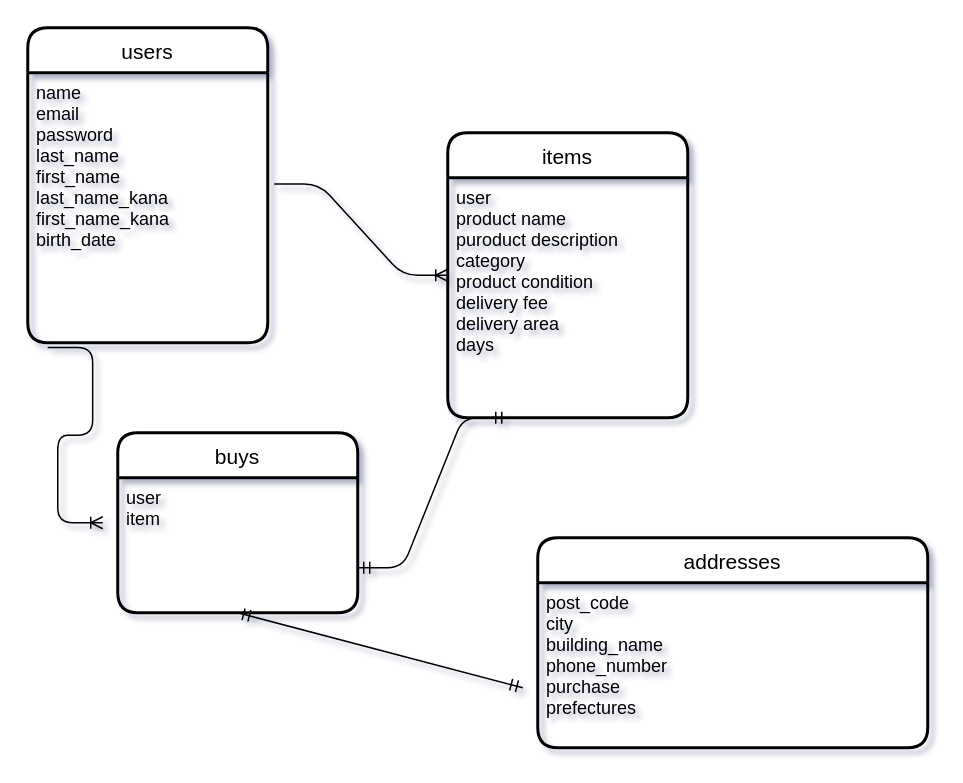
This is twst.dio from seika-tech/furima-28659, a draw.io file, before an edit. Source tidied: cells renumbered, new cells numbered last; positions are measured from the earlier drawing's top-left corner, leaving out a move shared by most shapes. Both pictures are drawn from the tidied source at 150%, with x=0, y=0 at pixel (27, 27).
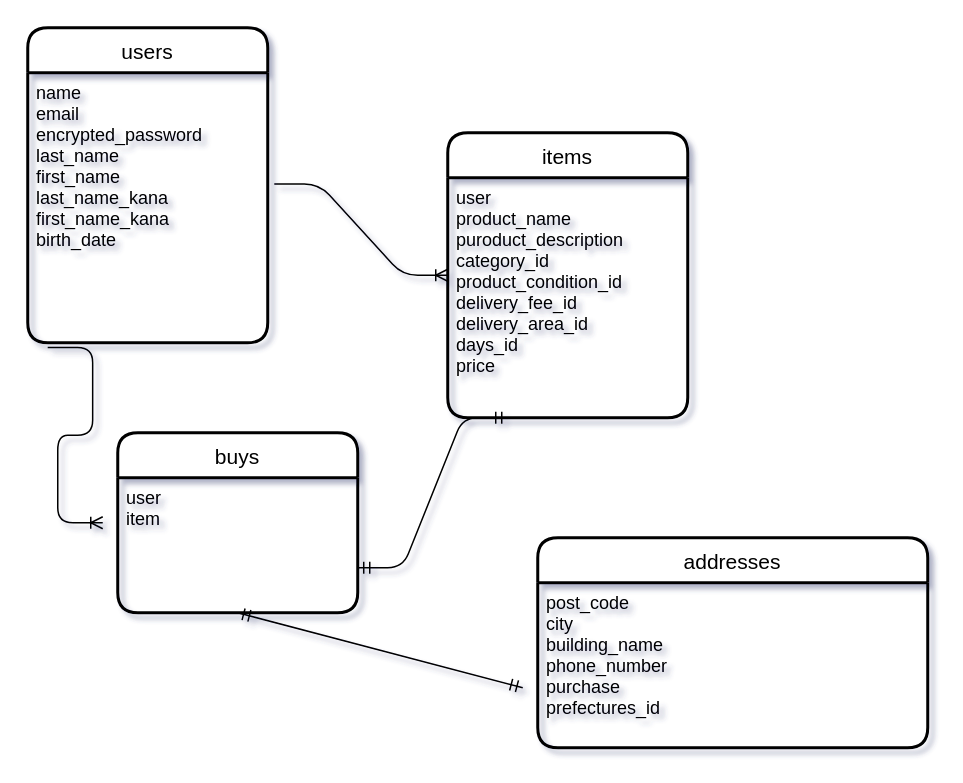
The same diagram, later.

Commit message (it also covers changes not shown here):
データベース修正３

What changed in the source:
```diff
@@
 <mxGraphModel shadow="1">
   <root>
     <mxCell id="0" />
     <mxCell id="1" parent="0" />
     <mxCell id="2" style="edgeStyle=none;shape=flexArrow;rounded=0;orthogonalLoop=1;jettySize=auto;html=1;endArrow=async;endFill=1;" parent="1" edge="1">
       <mxGeometry relative="1" as="geometry">
         <mxPoint x="140" y="200" as="sourcePoint" />
         <mxPoint x="140" y="200" as="targetPoint" />
       </mxGeometry>
     </mxCell>
     <mxCell id="3" value="&lt;br&gt;" style="text;html=1;align=center;verticalAlign=middle;" parent="1" vertex="1">
       <mxGeometry x="30" y="90" width="20" height="20" as="geometry" />
     </mxCell>
     <mxCell id="4" value="users" style="swimlane;horizontal=1;startSize=30;rounded=1;fontSize=14;fontStyle=0;strokeWidth=2;shadow=0;dashed=0;align=center;" parent="1" vertex="1">
       <mxGeometry width="160" height="210" as="geometry" />
     </mxCell>
-    <mxCell id="5" value="name&#10;email&#10;password&#10;last_name&#10;first_name&#10;last_name_kana&#10;first_name_kana&#10;birth_date&#10;" style="align=left;strokeColor=none;fillColor=none;spacingLeft=4;fontSize=12;verticalAlign=top;" parent="4" vertex="1">
+    <mxCell id="5" value="name&#10;email&#10;encrypted_password&#10;last_name&#10;first_name&#10;last_name_kana&#10;first_name_kana&#10;birth_date&#10;" style="align=left;strokeColor=none;fillColor=none;spacingLeft=4;fontSize=12;verticalAlign=top;" parent="4" vertex="1">
       <mxGeometry y="30" width="160" height="180" as="geometry" />
     </mxCell>
     <mxCell id="6" style="edgeStyle=entityRelationEdgeStyle;fontSize=12;html=1;endArrow=ERoneToMany;exitX=0.083;exitY=1.018;exitDx=0;exitDy=0;exitPerimeter=0;" parent="4" edge="1" source="5">
       <mxGeometry relative="1" as="geometry">
         <mxPoint x="50" y="330" as="targetPoint" />
       </mxGeometry>
     </mxCell>
     <mxCell id="7" value="items" style="swimlane;horizontal=1;startSize=30;rounded=1;fontSize=14;fontStyle=0;strokeWidth=2;shadow=0;dashed=0;align=center;" parent="1" vertex="1">
       <mxGeometry x="280" y="70" width="160" height="190" as="geometry" />
     </mxCell>
-    <mxCell id="8" value="user&#10;product name&#10;puroduct description&#10;category&#10;product condition&#10;delivery fee&#10;delivery area&#10;days&#10;" style="align=left;strokeColor=none;fillColor=none;spacingLeft=4;fontSize=12;verticalAlign=top;" parent="7" vertex="1">
+    <mxCell id="8" value="user&#10;product_name&#10;puroduct_description&#10;category_id&#10;product_condition_id&#10;delivery_fee_id&#10;delivery_area_id&#10;days_id&#10;price&#10;" style="align=left;strokeColor=none;fillColor=none;spacingLeft=4;fontSize=12;verticalAlign=top;" parent="7" vertex="1">
       <mxGeometry y="30" width="160" height="160" as="geometry" />
     </mxCell>
     <mxCell id="9" style="edgeStyle=entityRelationEdgeStyle;fontSize=12;html=1;endArrow=ERoneToMany;exitX=1.027;exitY=0.412;exitDx=0;exitDy=0;exitPerimeter=0;entryX=0;entryY=0.5;entryDx=0;entryDy=0;" parent="1" edge="1" source="5" target="7">
       <mxGeometry relative="1" as="geometry" />
     </mxCell>
     <mxCell id="10" value="buys" style="swimlane;horizontal=1;startSize=30;rounded=1;fontSize=14;fontStyle=0;strokeWidth=2;shadow=0;dashed=0;align=center;" parent="1" vertex="1">
       <mxGeometry x="60" y="270" width="160" height="120" as="geometry" />
     </mxCell>
     <mxCell id="11" value="user&#10;item" style="align=left;strokeColor=none;fillColor=none;spacingLeft=4;fontSize=12;verticalAlign=top;" parent="10" vertex="1">
       <mxGeometry y="30" width="160" height="90" as="geometry" />
     </mxCell>
     <mxCell id="12" style="edgeStyle=entityRelationEdgeStyle;fontSize=12;html=1;endArrow=ERmandOne;startArrow=ERmandOne;" parent="1" edge="1">
       <mxGeometry relative="1" as="geometry">
         <mxPoint x="220" y="360" as="sourcePoint" />
         <mxPoint x="320" y="260" as="targetPoint" />
       </mxGeometry>
     </mxCell>
     <mxCell id="13" style="fontSize=12;html=1;endArrow=ERmandOne;startArrow=ERmandOne;entryX=0.5;entryY=1;entryDx=0;entryDy=0;" parent="1" edge="1" target="11">
       <mxGeometry relative="1" as="geometry">
         <mxPoint x="330" y="440" as="sourcePoint" />
       </mxGeometry>
     </mxCell>
     <mxCell id="14" value="addresses" style="swimlane;horizontal=1;startSize=30;rounded=1;fontSize=14;fontStyle=0;strokeWidth=2;shadow=0;dashed=0;align=center;" parent="1" vertex="1">
       <mxGeometry x="340" y="340" width="260" height="140" as="geometry" />
     </mxCell>
-    <mxCell id="15" value="post_code&#10;city&#10;building_name&#10;phone_number&#10;purchase&#10;prefectures" style="align=left;strokeColor=none;fillColor=none;spacingLeft=4;fontSize=12;verticalAlign=top;" parent="14" vertex="1">
+    <mxCell id="15" value="post_code&#10;city&#10;building_name&#10;phone_number&#10;purchase&#10;prefectures_id" style="align=left;strokeColor=none;fillColor=none;spacingLeft=4;fontSize=12;verticalAlign=top;" parent="14" vertex="1">
       <mxGeometry y="30" width="260" height="110" as="geometry" />
     </mxCell>
   </root>
 </mxGraphModel>
```
